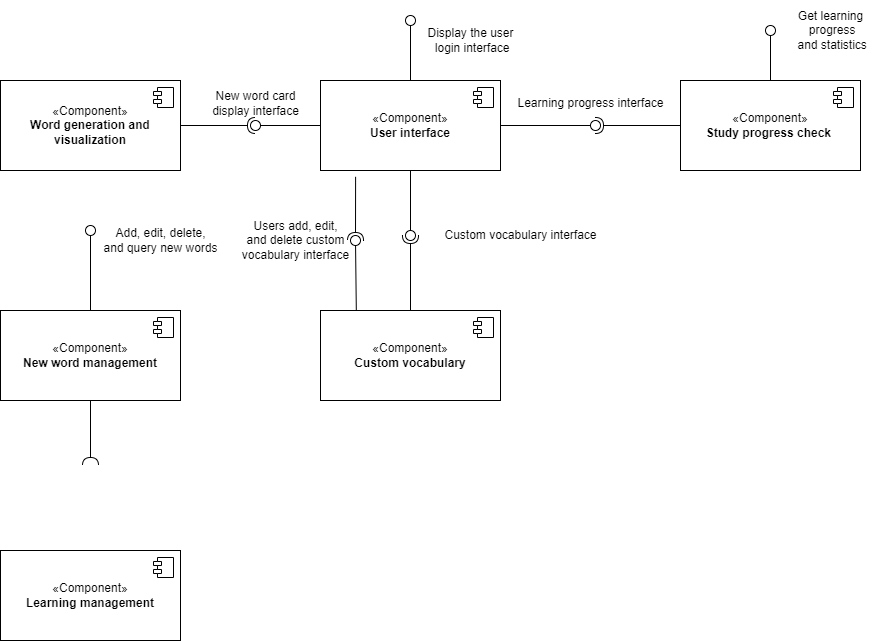
xiangxiang3451/blog_pictures keeps this draw.io diagram as component.drawio.png. Above is the earlier version. Source tidied: cells renumbered, new cells last; positions are measured from the earlier drawing's top-left corner, leaving out a move shared by most shapes.
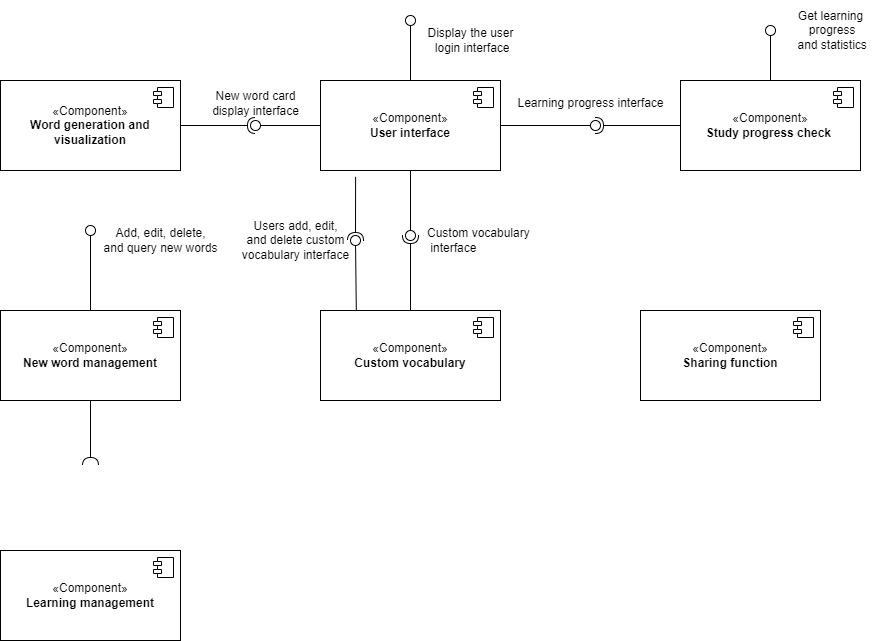
The same diagram one commit later.

What changed in the source:
```diff
@@ -50,8 +50,8 @@
     <mxCell id="15" style="ellipse;whiteSpace=wrap;html=1;align=center;fillColor=none;strokeColor=none;perimeter=centerPerimeter;points=[];outlineConnect=1;labelPosition=center;verticalLabelPosition=middle;verticalAlign=middle;" parent="1" vertex="1">
       <mxGeometry x="405" y="230" width="10" height="10" as="geometry" />
     </mxCell>
-    <mxCell id="16" value="Custom vocabulary interface" style="text;html=1;align=center;verticalAlign=middle;strokeColor=none;fillColor=none;rotation=0;" parent="1" vertex="1">
-      <mxGeometry x="430" y="220" width="180" height="30" as="geometry" />
+    <mxCell id="16" value="Custom vocabulary&lt;br&gt;&amp;nbsp;interface" style="text;html=1;align=left;verticalAlign=middle;strokeColor=none;fillColor=none;rotation=0;" parent="1" vertex="1">
+      <mxGeometry x="425" y="220" width="130" height="40" as="geometry" />
     </mxCell>
     <mxCell id="17" style="rounded=0;jettySize=auto;html=1;endArrow=oval;endFill=0;sketch=0;sourcePerimeterSpacing=0;targetPerimeterSpacing=0;endSize=10;exitX=0.5;exitY=0;exitDx=0;exitDy=0;" parent="1" edge="1" source="2">
       <mxGeometry relative="1" as="geometry">
@@ -143,5 +143,13 @@
     <mxCell id="42" value="Users add, edit, &lt;br&gt;and delete custom &lt;br&gt;vocabulary interface" style="text;html=1;align=center;verticalAlign=middle;strokeColor=none;fillColor=none;" parent="1" vertex="1">
       <mxGeometry x="230" y="210" width="130" height="60" as="geometry" />
     </mxCell>
+    <mxCell id="43" value="«Component»&lt;br&gt;&lt;b&gt;Sharing function&lt;/b&gt;" style="html=1;whiteSpace=wrap;" parent="1" vertex="1">
+      <mxGeometry x="640" y="310" width="180" height="90" as="geometry" />
+    </mxCell>
+    <mxCell id="44" style="shape=module;jettyWidth=8;jettyHeight=4;" parent="43" vertex="1">
+      <mxGeometry x="1" width="20" height="20" relative="1" as="geometry">
+        <mxPoint x="-27" y="7" as="offset" />
+      </mxGeometry>
+    </mxCell>
   </root>
 </mxGraphModel>
```
